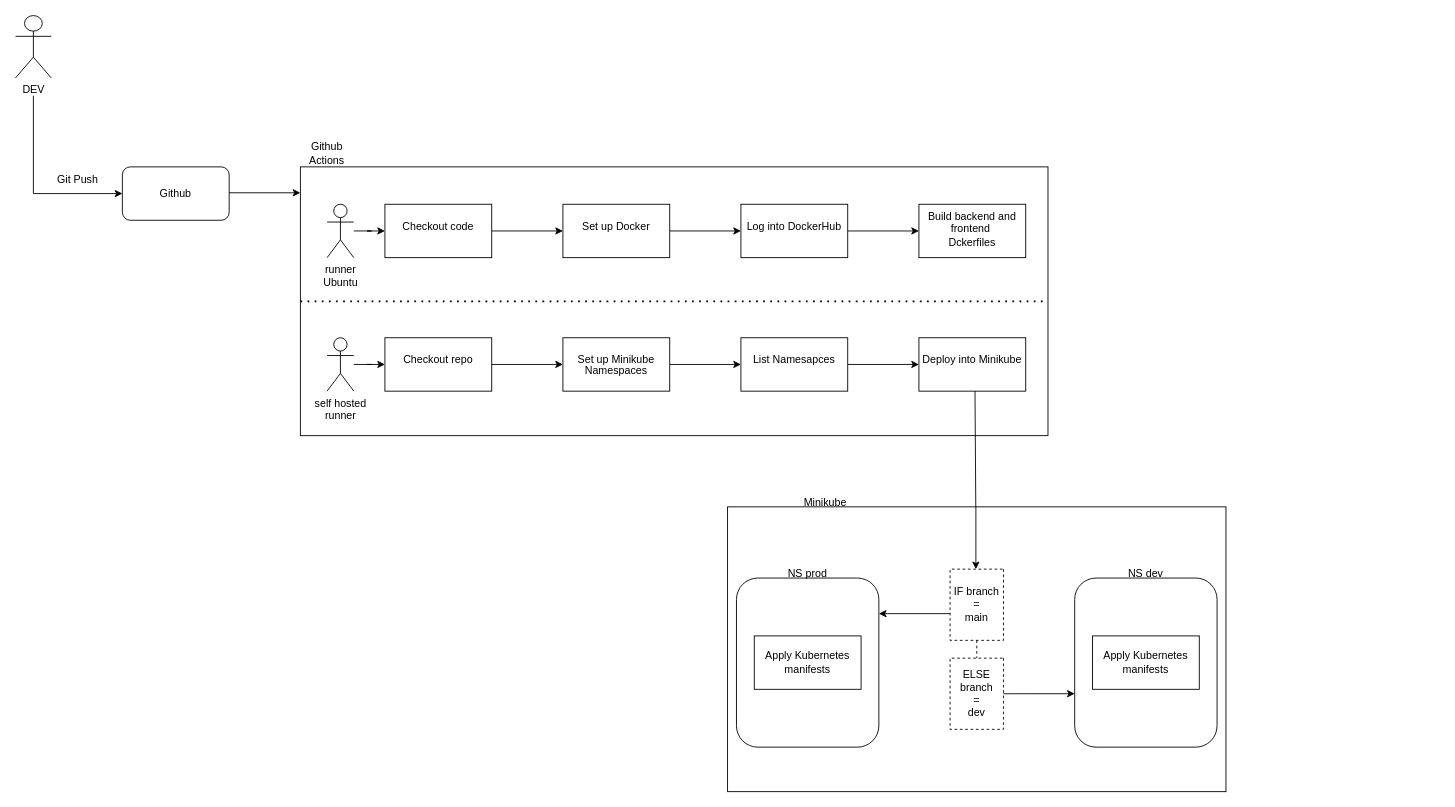
Above: Untitled Diagram.drawio in federicogfb/craftech-academy-final-2021 (draw.io), before the change. Source tidied: cells renumbered, new cells numbered last; positions are measured from the earlier drawing's top-left corner, leaving out a move shared by most shapes. Both pictures are drawn from the tidied source at 89%, with x=0, y=0 at pixel (15, 15).
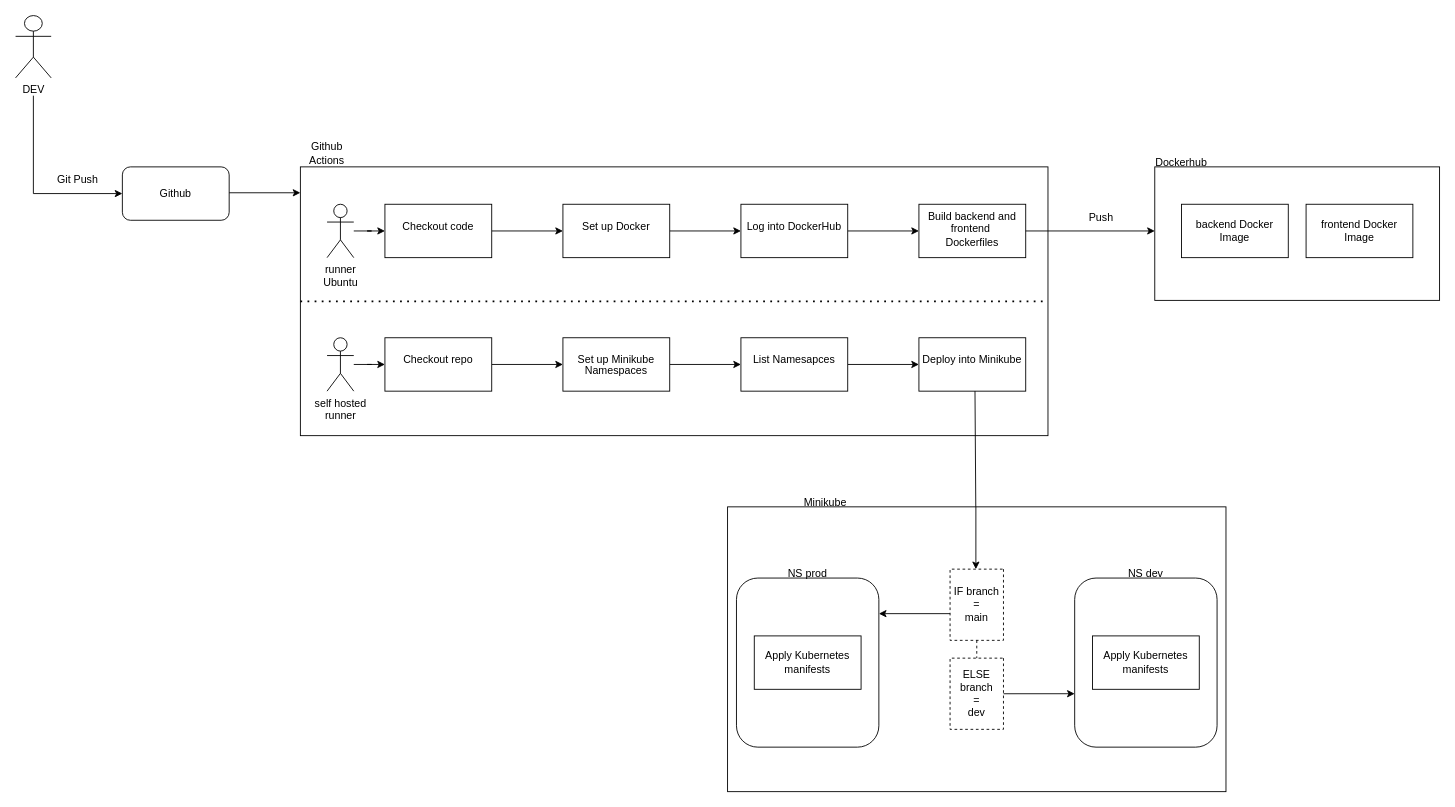
Above is the later version.

What changed in the source:
```diff
@@
-    <mxCell id="18" value="&lt;div&gt;Build backend and frontend&amp;nbsp;&lt;/div&gt;&lt;div&gt;Dckerfiles&lt;/div&gt;" style="whiteSpace=wrap;html=1;verticalAlign=top;" parent="1" vertex="1">
+    <mxCell id="18" value="&lt;div&gt;Build backend and frontend&amp;nbsp;&lt;/div&gt;&lt;div&gt;Dockerfiles&lt;/div&gt;" style="whiteSpace=wrap;html=1;verticalAlign=top;" parent="1" vertex="1">
       <mxGeometry x="1015" y="212" width="120" height="60" as="geometry" />
     </mxCell>
@@
+    <mxCell id="43" style="endArrow=classic;html=1;rounded=0;exitX=1;exitY=0.5;exitDx=0;exitDy=0;" parent="1" edge="1" source="18">
+      <mxGeometry relative="1" as="geometry">
+        <mxPoint x="1280" y="242" as="targetPoint" />
+      </mxGeometry>
+    </mxCell>
+    <mxCell id="44" style="rounded=0;whiteSpace=wrap;html=1;fillColor=none;" parent="1" vertex="1">
+      <mxGeometry x="1280" y="170" width="320" height="150" as="geometry" />
+    </mxCell>
+    <mxCell id="45" value="&lt;div&gt;Dockerhub&lt;/div&gt;" style="text;html=1;strokeColor=none;fillColor=none;align=center;verticalAlign=middle;whiteSpace=wrap;rounded=0;" parent="1" vertex="1">
+      <mxGeometry x="1280" y="150" width="60" height="30" as="geometry" />
+    </mxCell>
+    <mxCell id="46" value="Push" style="text;html=1;strokeColor=none;fillColor=none;align=center;verticalAlign=middle;whiteSpace=wrap;rounded=0;" parent="1" vertex="1">
+      <mxGeometry x="1190" y="212" width="60" height="30" as="geometry" />
+    </mxCell>
+    <mxCell id="47" value="&lt;div&gt;backend Docker Image&lt;/div&gt;" style="rounded=0;whiteSpace=wrap;html=1;" parent="1" vertex="1">
+      <mxGeometry x="1310" y="212" width="120" height="60" as="geometry" />
+    </mxCell>
+    <mxCell id="48" value="&lt;div&gt;frontend Docker Image&lt;/div&gt;" style="rounded=0;whiteSpace=wrap;html=1;" parent="1" vertex="1">
+      <mxGeometry x="1450" y="212" width="120" height="60" as="geometry" />
+    </mxCell>
```
